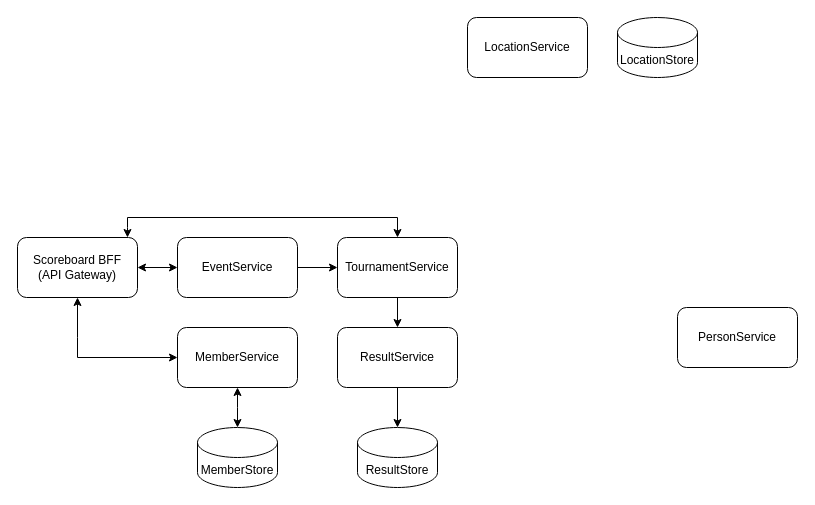
This is Untitled Diagram3.drawio from mrApptastic/ResultsService, a draw.io file, before an edit. Source tidied: cells renumbered, new cells numbered last; positions are measured from the earlier drawing's top-left corner, leaving out a move shared by most shapes. Both pictures are drawn from the tidied source at 100%, with x=0, y=0 at pixel (17, 17).
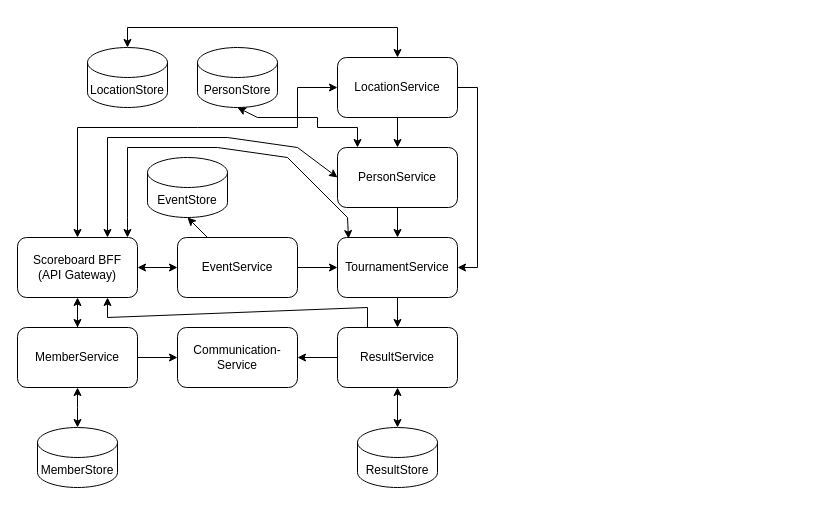
The same diagram, later.

Unchanged cells that the change refers to:
```xml
<mxCell id="2" value="&lt;div&gt;Scoreboard BFF &lt;br&gt;&lt;/div&gt;&lt;div&gt;(API Gateway)&lt;/div&gt;" style="rounded=1;whiteSpace=wrap;html=1;" parent="1" vertex="1">
  <mxGeometry y="220" width="120" height="60" as="geometry" />
</mxCell>
<mxCell id="7" value="TournamentService" style="rounded=1;whiteSpace=wrap;html=1;" parent="1" vertex="1">
  <mxGeometry x="320" y="220" width="120" height="60" as="geometry" />
</mxCell>
<mxCell id="8" value="ResultService" style="rounded=1;whiteSpace=wrap;html=1;" parent="1" vertex="1">
  <mxGeometry x="320" y="310" width="120" height="60" as="geometry" />
</mxCell>
<mxCell id="9" value="EventService" style="rounded=1;whiteSpace=wrap;html=1;" parent="1" vertex="1">
  <mxGeometry x="160" y="220" width="120" height="60" as="geometry" />
</mxCell>
<mxCell id="16" value="ResultStore" style="shape=cylinder3;whiteSpace=wrap;html=1;boundedLbl=1;backgroundOutline=1;size=15;" parent="1" vertex="1">
  <mxGeometry x="340" y="410" width="80" height="60" as="geometry" />
</mxCell>
```

Change to the diagram source:
```diff
@@
     <mxCell id="3" value="LocationService" style="rounded=1;whiteSpace=wrap;html=1;" parent="1" vertex="1">
-      <mxGeometry x="450" width="120" height="60" as="geometry" />
+      <mxGeometry x="320" y="40" width="120" height="60" as="geometry" />
     </mxCell>
     <mxCell id="4" value="MemberService" style="rounded=1;whiteSpace=wrap;html=1;" parent="1" vertex="1">
-      <mxGeometry x="160" y="310" width="120" height="60" as="geometry" />
+      <mxGeometry y="310" width="120" height="60" as="geometry" />
     </mxCell>
-    <mxCell id="5" style="endArrow=classic;startArrow=classic;html=1;rounded=0;entryX=0.5;entryY=1;entryDx=0;entryDy=0;exitX=0;exitY=0.5;exitDx=0;exitDy=0;" parent="1" edge="1" source="4" target="2">
+    <mxCell id="5" style="endArrow=classic;startArrow=classic;html=1;rounded=0;entryX=0.5;entryY=1;entryDx=0;entryDy=0;" parent="1" edge="1" target="2">
       <mxGeometry relative="1" as="geometry">
+        <mxPoint x="60" y="310" as="sourcePoint" />
         <Array as="points">
-          <mxPoint x="60" y="340" />
-          <mxPoint x="60" y="320" />
+          <mxPoint x="60" y="300" />
+          <mxPoint x="60" y="310" />
         </Array>
       </mxGeometry>
     </mxCell>
     <mxCell id="6" value="PersonService" style="rounded=1;whiteSpace=wrap;html=1;" parent="1" vertex="1">
-      <mxGeometry x="660" y="290" width="120" height="60" as="geometry" />
+      <mxGeometry x="320" y="130" width="120" height="60" as="geometry" />
     </mxCell>
@@
     <mxCell id="11" value="MemberStore" style="shape=cylinder3;whiteSpace=wrap;html=1;boundedLbl=1;backgroundOutline=1;size=15;" parent="1" vertex="1">
-      <mxGeometry x="180" y="410" width="80" height="60" as="geometry" />
+      <mxGeometry x="20" y="410" width="80" height="60" as="geometry" />
     </mxCell>
     <mxCell id="12" value="LocationStore" style="shape=cylinder3;whiteSpace=wrap;html=1;boundedLbl=1;backgroundOutline=1;size=15;" parent="1" vertex="1">
-      <mxGeometry x="600" width="80" height="60" as="geometry" />
+      <mxGeometry x="70" y="30" width="80" height="60" as="geometry" />
     </mxCell>
     <mxCell id="13" style="endArrow=classic;startArrow=classic;html=1;rounded=0;entryX=0.5;entryY=1;entryDx=0;entryDy=0;exitX=0.5;exitY=0;exitDx=0;exitDy=0;exitPerimeter=0;" parent="1" edge="1" source="11" target="4">
       <mxGeometry relative="1" as="geometry">
         <Array as="points">
-          <mxPoint x="220" y="390" />
+          <mxPoint x="60" y="390" />
         </Array>
       </mxGeometry>
     </mxCell>
@@
-    <mxCell id="17" style="endArrow=classic;html=1;rounded=0;exitX=0.5;exitY=1;exitDx=0;exitDy=0;entryX=0.5;entryY=0;entryDx=0;entryDy=0;entryPerimeter=0;" parent="1" edge="1" source="8" target="16">
-      <mxGeometry relative="1" as="geometry" />
-    </mxCell>
-    <mxCell id="18" style="endArrow=classic;startArrow=classic;html=1;rounded=0;entryX=0.5;entryY=0;entryDx=0;entryDy=0;" parent="1" edge="1" target="7">
+    <mxCell id="18" style="endArrow=classic;startArrow=classic;html=1;rounded=0;entryX=0.092;entryY=0.017;entryDx=0;entryDy=0;entryPerimeter=0;" parent="1" edge="1" target="7">
       <mxGeometry relative="1" as="geometry">
         <mxPoint x="110" y="220" as="sourcePoint" />
         <Array as="points">
           <mxPoint x="110" y="210" />
           <mxPoint x="110" y="200" />
-          <mxPoint x="380" y="200" />
+          <mxPoint x="110" y="130" />
+          <mxPoint x="200" y="130" />
+          <mxPoint x="270" y="140" />
+          <mxPoint x="330" y="200" />
         </Array>
       </mxGeometry>
     </mxCell>
+    <mxCell id="19" style="endArrow=classic;startArrow=classic;html=1;rounded=0;exitX=0.75;exitY=0;exitDx=0;exitDy=0;entryX=0;entryY=0.5;entryDx=0;entryDy=0;" parent="1" edge="1" source="2" target="6">
+      <mxGeometry relative="1" as="geometry">
+        <Array as="points">
+          <mxPoint x="90" y="120" />
+          <mxPoint x="210" y="120" />
+          <mxPoint x="280" y="130" />
+        </Array>
+      </mxGeometry>
+    </mxCell>
+    <mxCell id="20" value="PersonStore" style="shape=cylinder3;whiteSpace=wrap;html=1;boundedLbl=1;backgroundOutline=1;size=15;" parent="1" vertex="1">
+      <mxGeometry x="180" y="30" width="80" height="60" as="geometry" />
+    </mxCell>
+    <mxCell id="21" style="endArrow=classic;startArrow=classic;html=1;rounded=0;exitX=0.5;exitY=0;exitDx=0;exitDy=0;entryX=0;entryY=0.5;entryDx=0;entryDy=0;" parent="1" edge="1" source="2" target="3">
+      <mxGeometry relative="1" as="geometry">
+        <Array as="points">
+          <mxPoint x="60" y="110" />
+          <mxPoint x="180" y="110" />
+          <mxPoint x="280" y="110" />
+          <mxPoint x="280" y="70" />
+        </Array>
+      </mxGeometry>
+    </mxCell>
+    <mxCell id="22" value="Communication-Service" style="rounded=1;whiteSpace=wrap;html=1;" parent="1" vertex="1">
+      <mxGeometry x="160" y="310" width="120" height="60" as="geometry" />
+    </mxCell>
+    <mxCell id="23" style="endArrow=classic;html=1;rounded=0;exitX=0;exitY=0.5;exitDx=0;exitDy=0;entryX=1;entryY=0.5;entryDx=0;entryDy=0;" parent="1" edge="1" source="8" target="22">
+      <mxGeometry relative="1" as="geometry" />
+    </mxCell>
+    <mxCell id="24" style="endArrow=classic;html=1;rounded=0;exitX=1;exitY=0.5;exitDx=0;exitDy=0;entryX=0;entryY=0.5;entryDx=0;entryDy=0;" parent="1" edge="1" source="4" target="22">
+      <mxGeometry relative="1" as="geometry" />
+    </mxCell>
+    <mxCell id="25" style="endArrow=classic;html=1;rounded=0;exitX=0.25;exitY=0;exitDx=0;exitDy=0;entryX=0.75;entryY=1;entryDx=0;entryDy=0;" parent="1" edge="1" source="8" target="2">
+      <mxGeometry relative="1" as="geometry">
+        <Array as="points">
+          <mxPoint x="350" y="290" />
+          <mxPoint x="90" y="300" />
+        </Array>
+      </mxGeometry>
+    </mxCell>
+    <mxCell id="26" style="endArrow=classic;html=1;rounded=0;entryX=0.5;entryY=0;entryDx=0;entryDy=0;exitX=0.5;exitY=1;exitDx=0;exitDy=0;" parent="1" edge="1" source="6" target="7">
+      <mxGeometry relative="1" as="geometry" />
+    </mxCell>
+    <mxCell id="27" style="endArrow=classic;html=1;rounded=0;entryX=0.5;entryY=0;entryDx=0;entryDy=0;exitX=0.5;exitY=1;exitDx=0;exitDy=0;" parent="1" edge="1" source="3" target="6">
+      <mxGeometry relative="1" as="geometry" />
+    </mxCell>
+    <mxCell id="28" style="endArrow=classic;startArrow=classic;html=1;rounded=0;exitX=0.5;exitY=0;exitDx=0;exitDy=0;exitPerimeter=0;" parent="1" edge="1" source="16" target="8">
+      <mxGeometry relative="1" as="geometry" />
+    </mxCell>
+    <mxCell id="29" style="endArrow=classic;startArrow=classic;html=1;rounded=0;exitX=0.5;exitY=1;exitDx=0;exitDy=0;exitPerimeter=0;" parent="1" edge="1" source="20">
+      <mxGeometry relative="1" as="geometry">
+        <mxPoint x="340" y="130" as="targetPoint" />
+        <Array as="points">
+          <mxPoint x="240" y="100" />
+          <mxPoint x="280" y="100" />
+          <mxPoint x="300" y="100" />
+          <mxPoint x="300" y="110" />
+          <mxPoint x="340" y="110" />
+          <mxPoint x="340" y="130" />
+        </Array>
+      </mxGeometry>
+    </mxCell>
+    <mxCell id="30" style="endArrow=classic;startArrow=classic;html=1;rounded=0;exitX=0.5;exitY=0;exitDx=0;exitDy=0;exitPerimeter=0;entryX=0.5;entryY=0;entryDx=0;entryDy=0;" parent="1" edge="1" source="12" target="3">
+      <mxGeometry relative="1" as="geometry">
+        <Array as="points">
+          <mxPoint x="110" y="10" />
+          <mxPoint x="380" y="10" />
+        </Array>
+      </mxGeometry>
+    </mxCell>
+    <mxCell id="31" style="endArrow=classic;html=1;rounded=0;entryX=1;entryY=0.5;entryDx=0;entryDy=0;exitX=1;exitY=0.5;exitDx=0;exitDy=0;" parent="1" edge="1" source="3" target="7">
+      <mxGeometry relative="1" as="geometry">
+        <Array as="points">
+          <mxPoint x="460" y="70" />
+          <mxPoint x="460" y="250" />
+        </Array>
+      </mxGeometry>
+    </mxCell>
+    <mxCell id="32" value="EventStore" style="shape=cylinder3;whiteSpace=wrap;html=1;boundedLbl=1;backgroundOutline=1;size=15;" parent="1" vertex="1">
+      <mxGeometry x="130" y="140" width="80" height="60" as="geometry" />
+    </mxCell>
+    <mxCell id="33" style="endArrow=classic;html=1;rounded=0;exitX=0.25;exitY=0;exitDx=0;exitDy=0;entryX=0.5;entryY=1;entryDx=0;entryDy=0;entryPerimeter=0;" parent="1" edge="1" source="9" target="32">
+      <mxGeometry relative="1" as="geometry" />
+    </mxCell>
```
